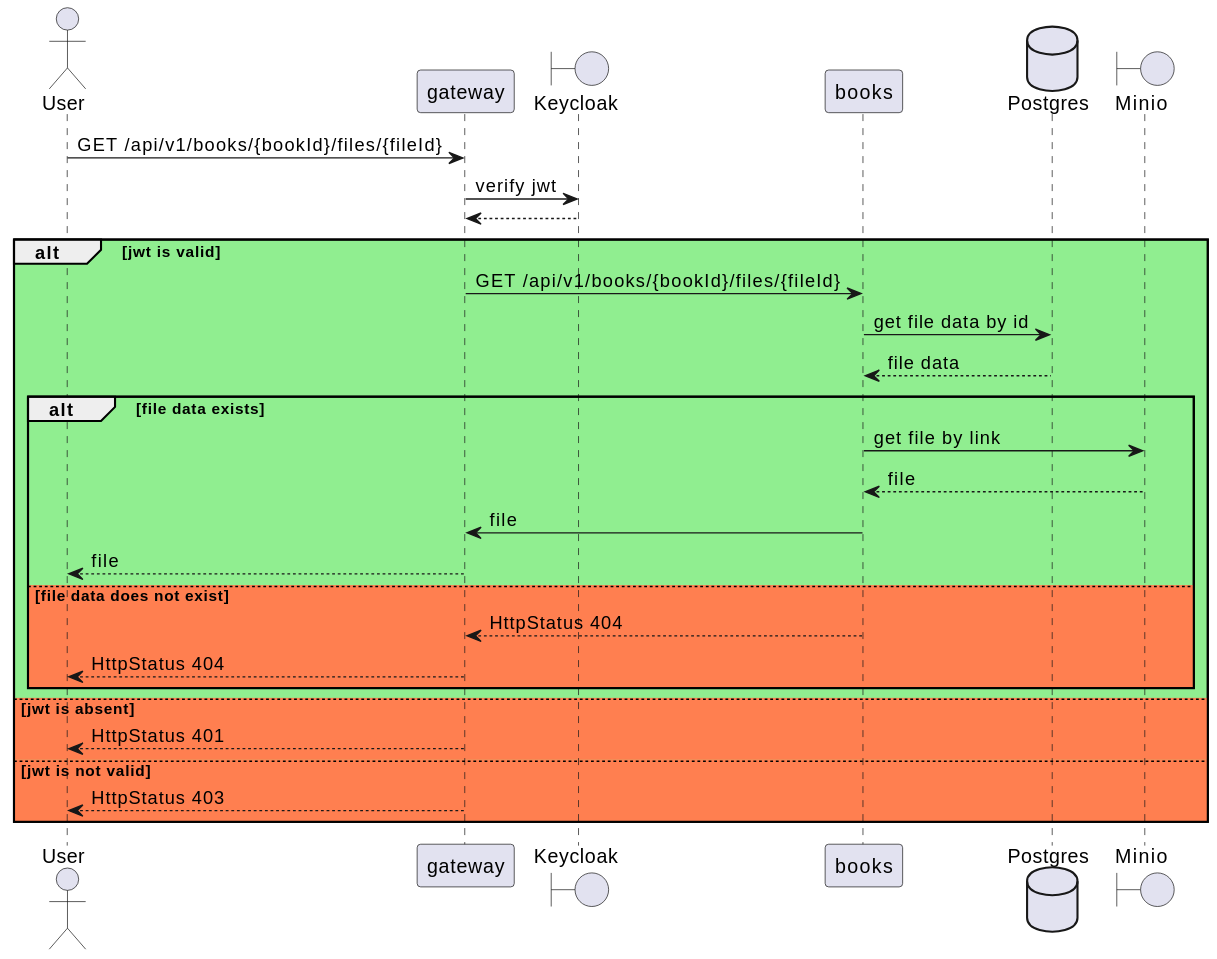
The PlantUML diagram hw-01/use-cases/download-file/download-file.svg in dalayLama/otus-microservice-2024-08, before a commit. Source of this version:
```plantuml
@startuml
actor "User" as user
participant "gateway" as gw
boundary "Keycloak" as kk
participant "books" as books
database "Postgres" as pg_books
boundary "Minio" as minio

user -> gw: GET /api/v1/books/{bookId}/files/{fileId}
gw -> kk: verify jwt
kk --> gw
alt #lightgreen jwt is valid
    gw -> books: GET /api/v1/books/{bookId}/files/{fileId}
    books -> pg_books: get file data by id
    pg_books --> books: file data
    alt #lightgreen file data exists
        books -> minio: get file by link
        minio --> books: file
        books -> gw: file
        gw --> user: file
    else #coral file data does not exist
        books --> gw: HttpStatus 404
        gw --> user: HttpStatus 404
    end
else #coral jwt is absent
    gw --> user: HttpStatus 401
else #coral jwt is not valid
    gw --> user: HttpStatus 403
end
@enduml
```
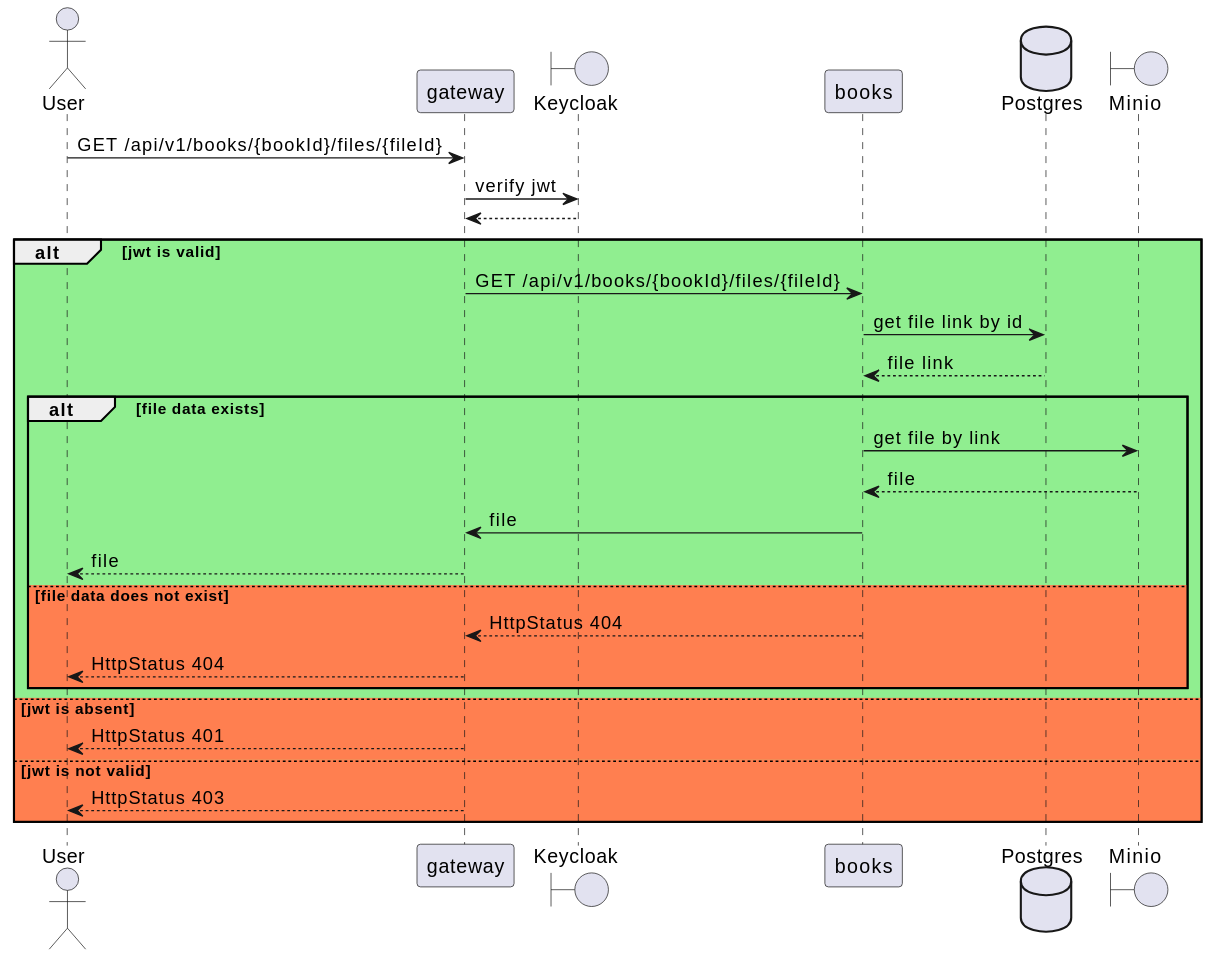
The same file after the commit.

Diff of the diagram source:
```diff
@@ -11,8 +11,8 @@
 kk --> gw
 alt #lightgreen jwt is valid
     gw -> books: GET /api/v1/books/{bookId}/files/{fileId}
-    books -> pg_books: get file data by id
-    pg_books --> books: file data
+    books -> pg_books: get file link by id
+    pg_books --> books: file link
     alt #lightgreen file data exists
         books -> minio: get file by link
         minio --> books: file
```
